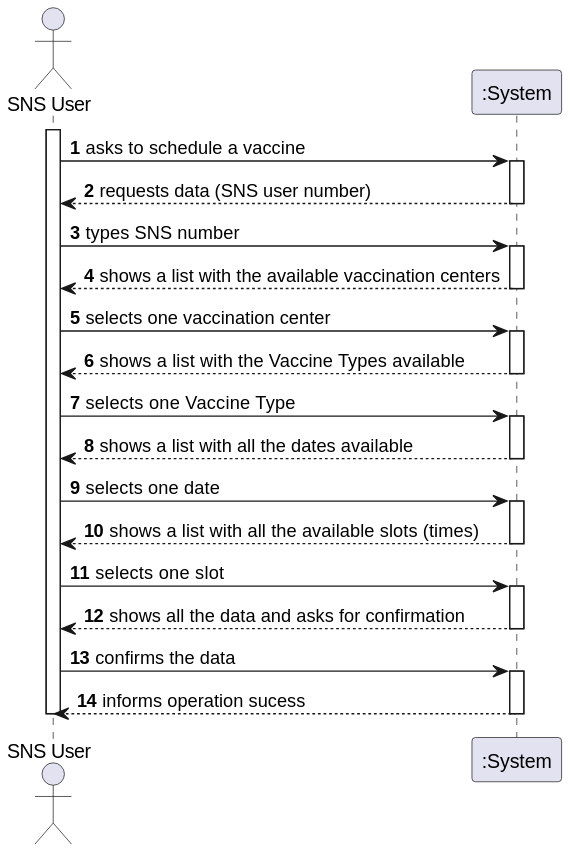
This is docs/SprintC/US001/US001_SSD.svg from Pirussa/lei-22-s2-1da-g02, a PlantUML export, as it was before one commit.
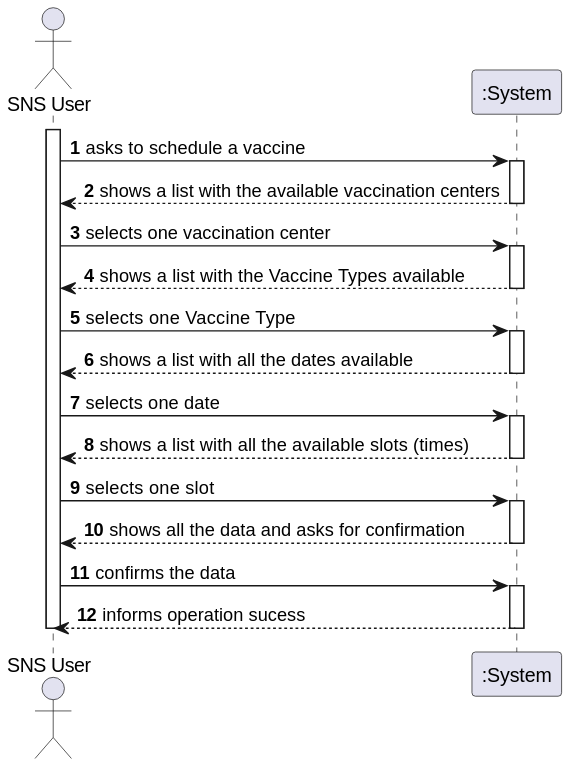
After the commit.

Diff of the diagram source:
```diff
@@ -6,11 +6,6 @@
 activate U
 U -> ":System" : asks to schedule a vaccine
 
-activate ":System"
-":System" --> U : requests data (SNS user number)
-deactivate ":System"
-
-U -> ":System"  : types SNS number
 
 activate ":System"
 ":System" --> U : shows a list with the available vaccination centers
```
